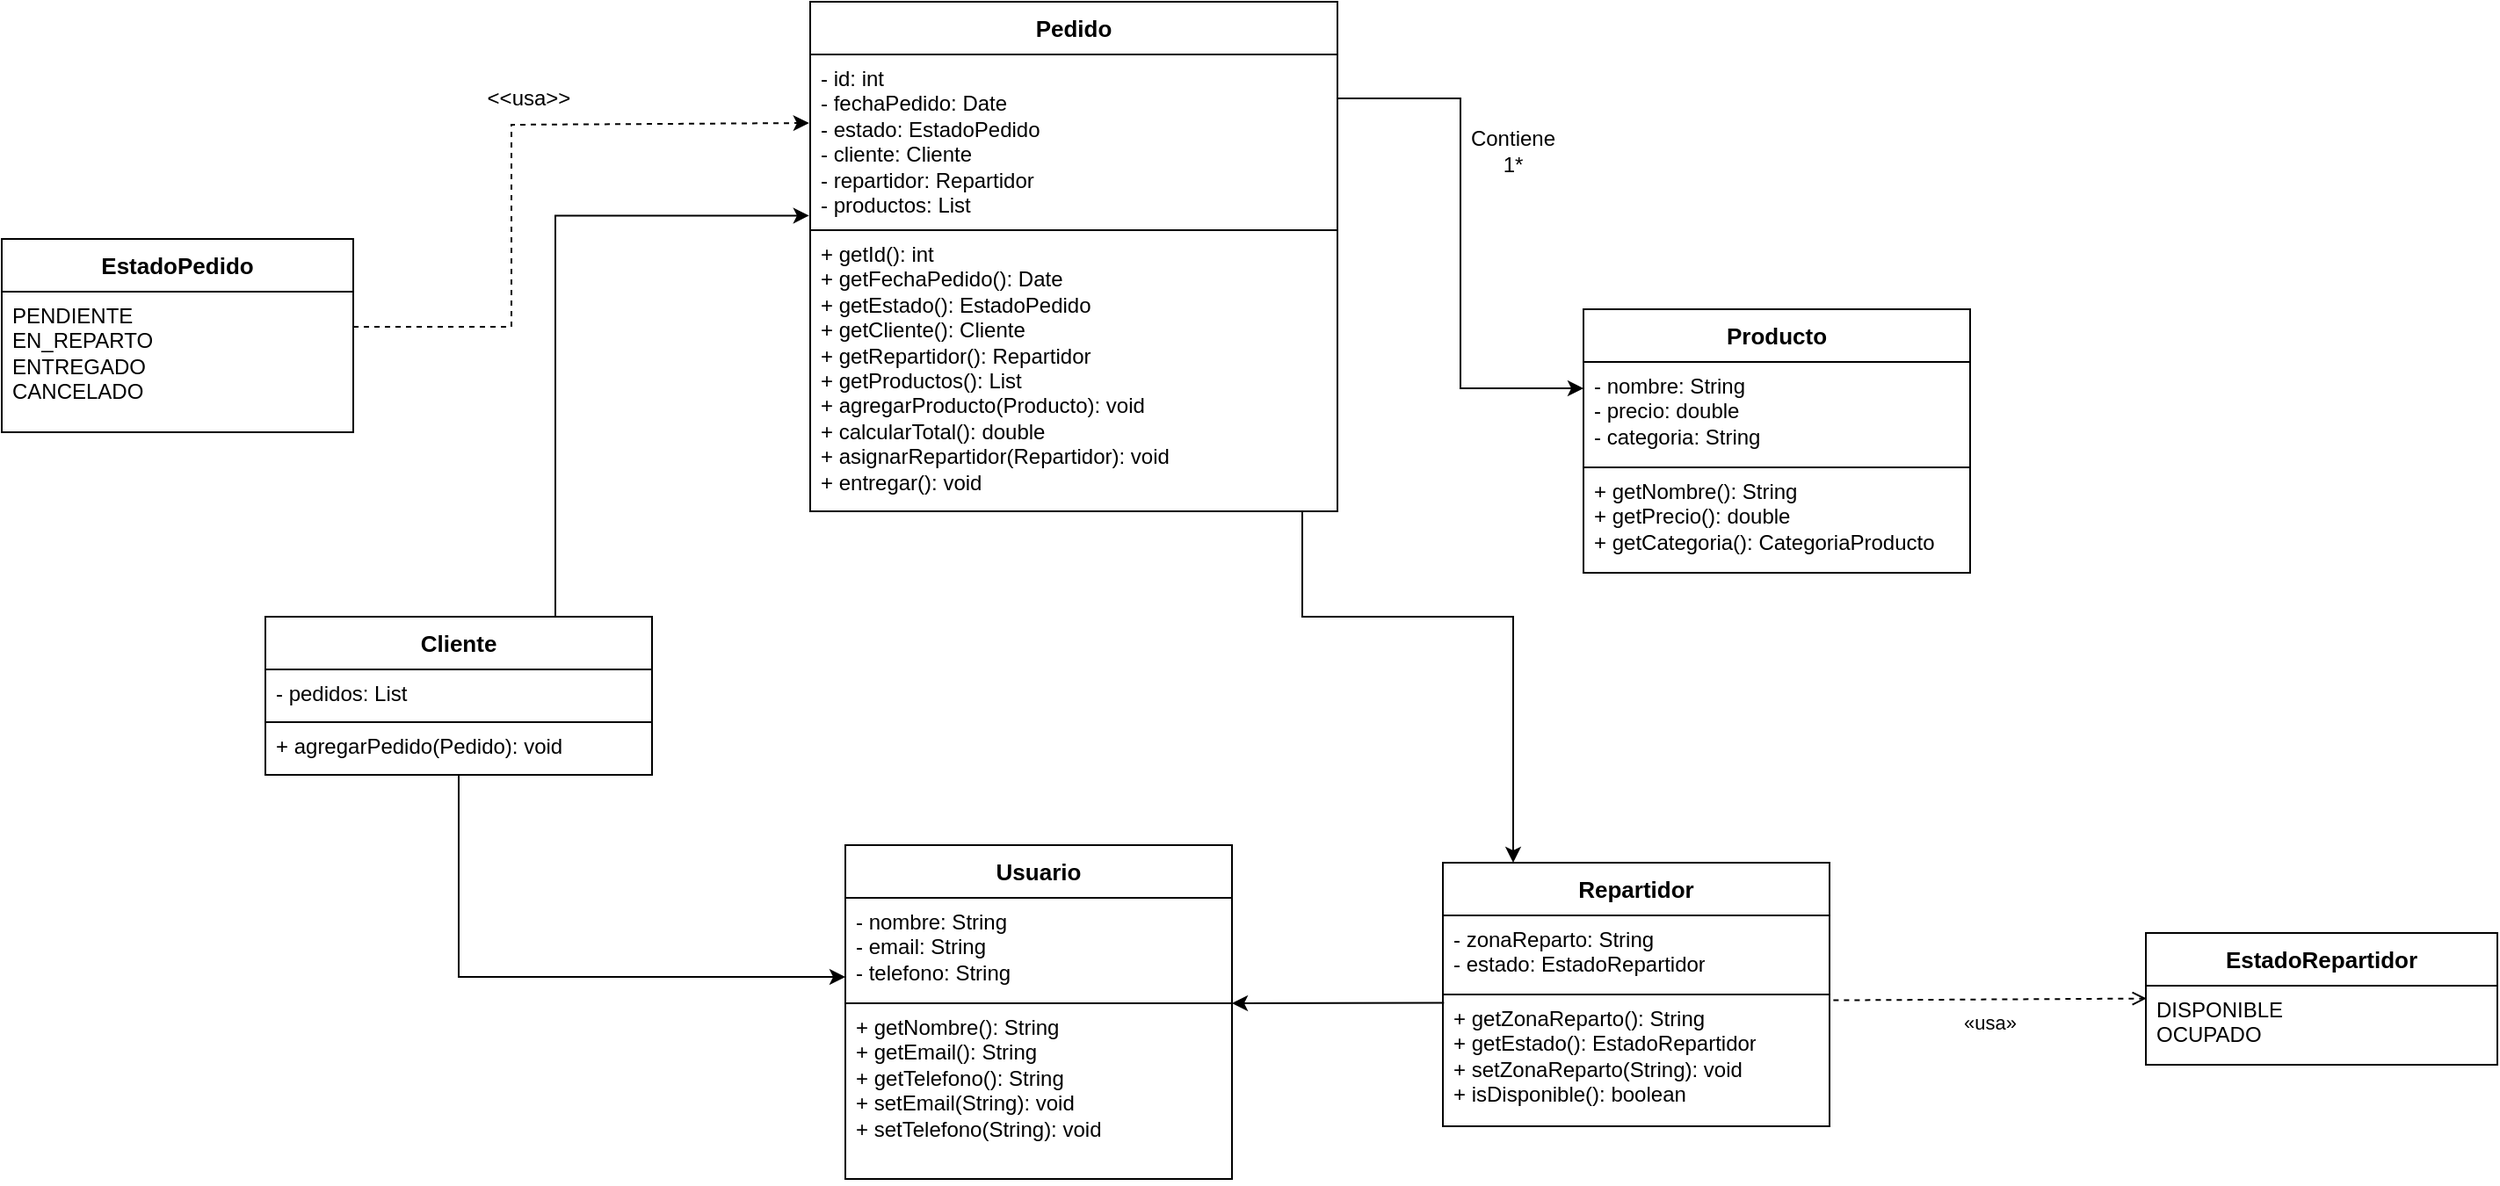
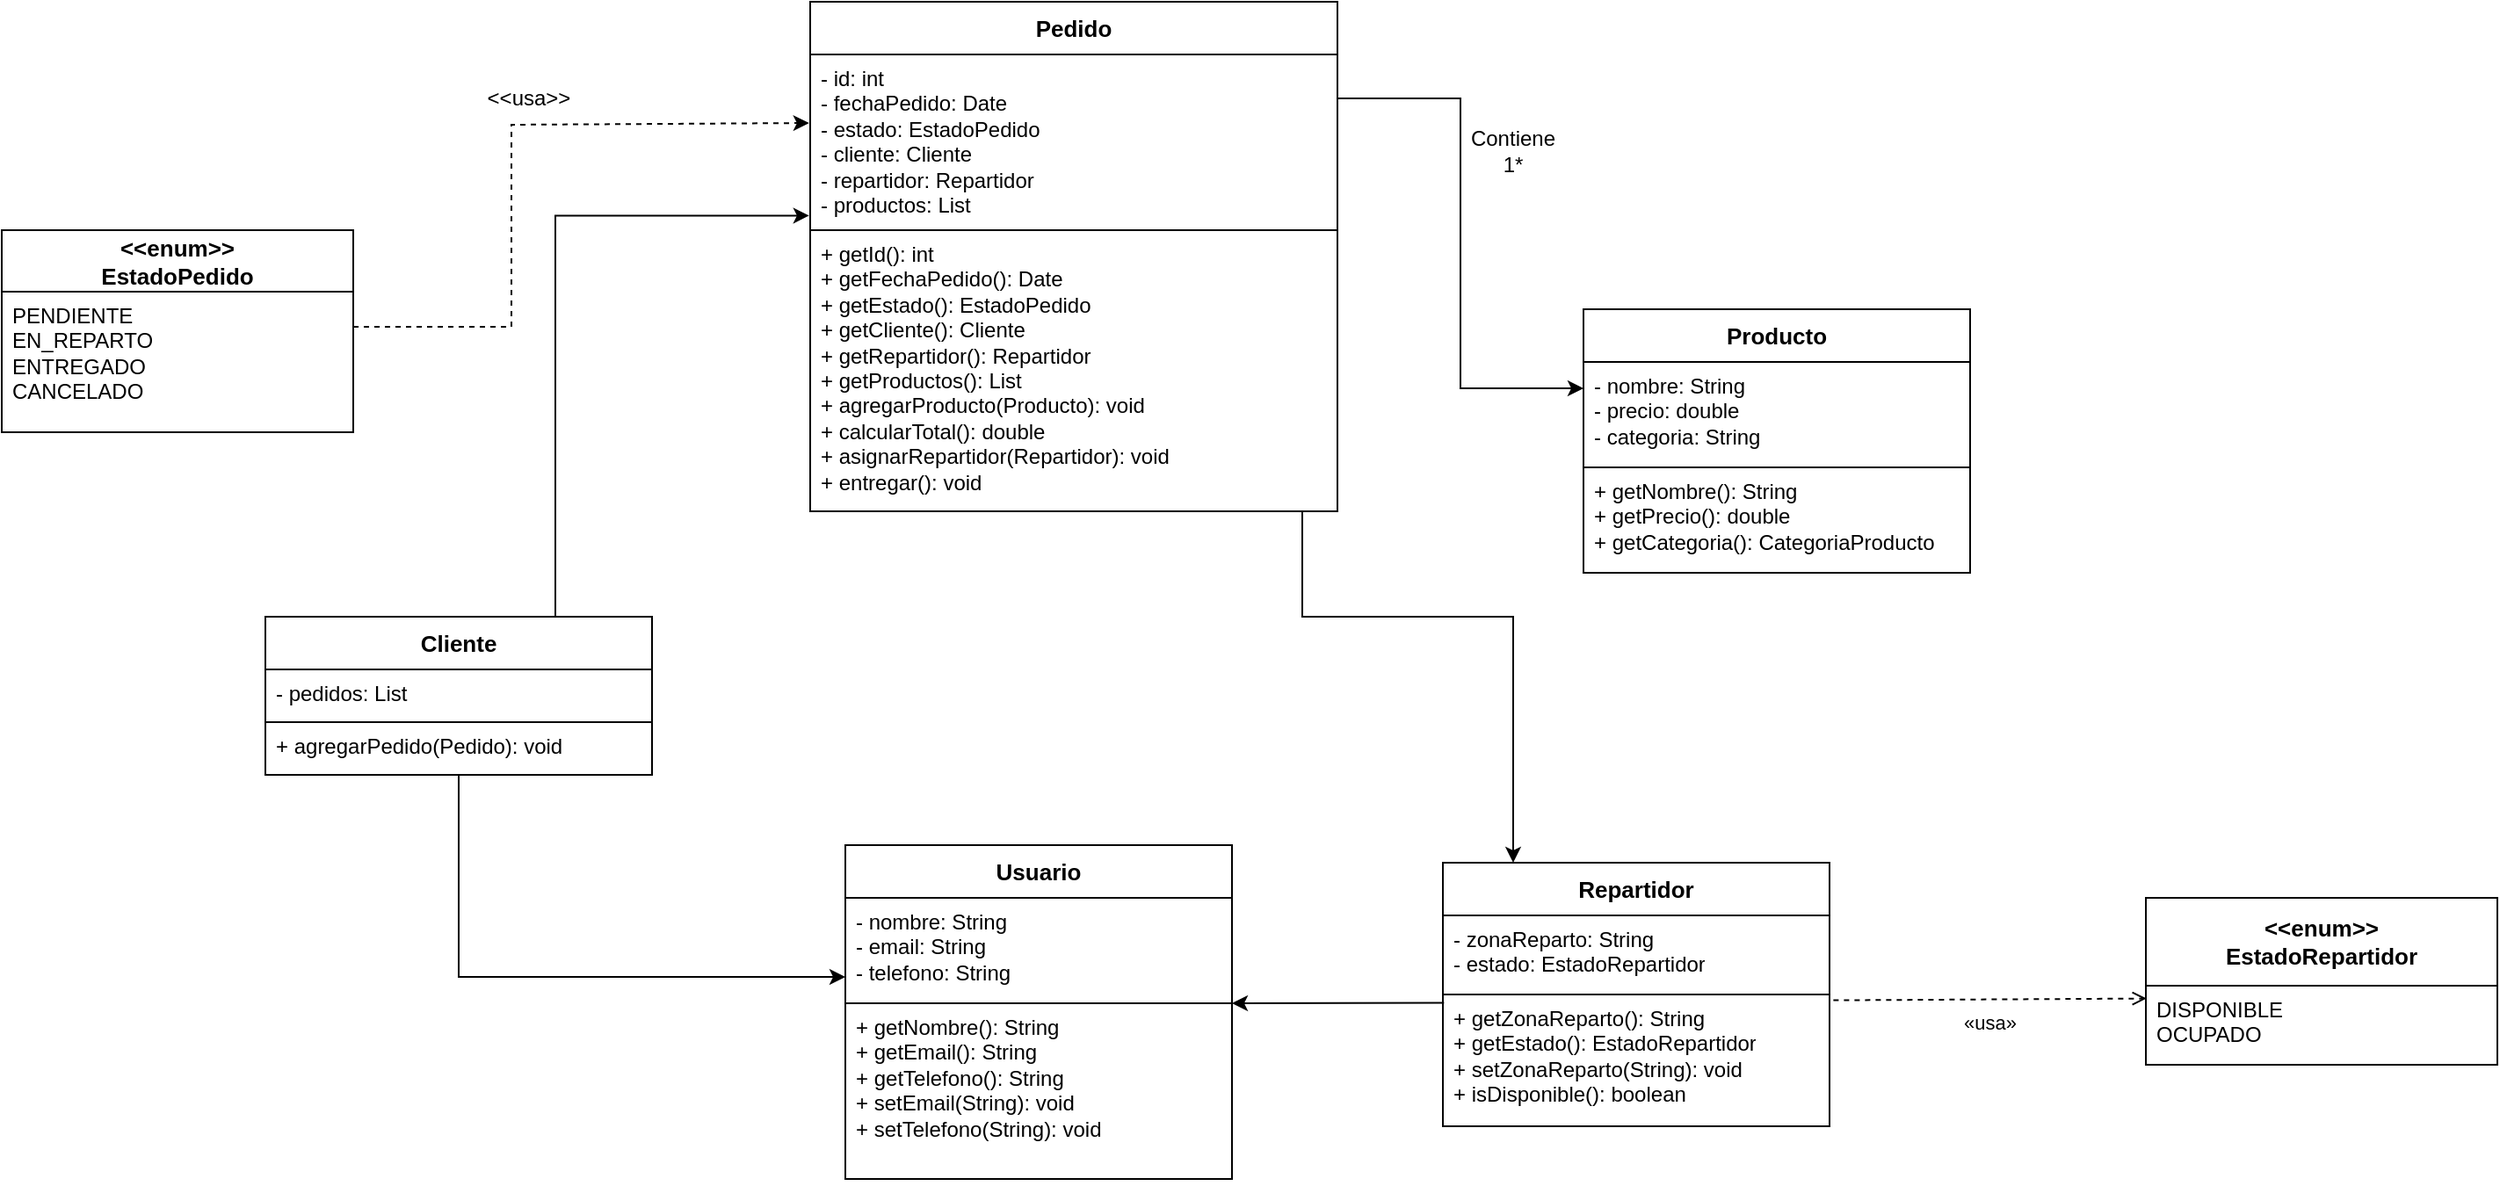
<mxfile host="app.diagrams.net">
  <diagram id="bRJgei908u_RhBmGHhT5" name="Página-1">
-     <mxGraphModel dx="1288" dy="779" grid="1" gridSize="10" guides="1" tooltips="1" connect="1" arrows="1" fold="1" page="1" pageScale="1" pageWidth="1654" pageHeight="1169" math="0" shadow="0">
+     <mxGraphModel dx="1030" dy="623" grid="1" gridSize="10" guides="1" tooltips="1" connect="1" arrows="1" fold="1" page="1" pageScale="1" pageWidth="1654" pageHeight="1169" math="0" shadow="0">
      <root>
        <mxCell id="0" />
        <mxCell id="1" parent="0" />
        <mxCell id="2" parent="1" style="text;html=1;strokeColor=#000000;fillColor=none;align=center;verticalAlign=middle;spacingLeft=4;spacingRight=4;overflow=hidden;rotatable=0;fontSize=13;fontStyle=1;shape=mxgraph.uml.class;" value="Usuario" vertex="1">
          <mxGeometry height="30" width="220" x="630" y="490" as="geometry" />
        </mxCell>
        <mxCell id="3" parent="1" style="text;html=1;strokeColor=#000000;fillColor=none;align=left;verticalAlign=top;spacingLeft=4;spacingRight=4;overflow=hidden;rotatable=0;fontSize=12;" value="- nombre: String&#xa;- email: String&#xa;- telefono: String" vertex="1">
          <mxGeometry height="60" width="220" x="630" y="520" as="geometry" />
        </mxCell>
        <mxCell id="4" parent="1" style="text;html=1;align=left;verticalAlign=top;spacingLeft=4;spacingRight=4;overflow=hidden;rotatable=0;fontSize=12;strokeColor=default;" value="+ getNombre(): String&lt;br&gt;+ getEmail(): String&lt;br&gt;+ getTelefono(): String&lt;br&gt;+ setEmail(String): void&lt;br&gt;+ setTelefono(String): void" vertex="1">
          <mxGeometry height="100" width="220" x="630" y="580" as="geometry" />
        </mxCell>
        <mxCell id="5" parent="1" style="text;html=1;strokeColor=#000000;fillColor=none;align=center;verticalAlign=middle;spacingLeft=4;spacingRight=4;overflow=hidden;rotatable=0;fontSize=13;fontStyle=1;shape=mxgraph.uml.class;" value="Cliente" vertex="1">
          <mxGeometry height="30" width="220" x="300" y="360" as="geometry" />
        </mxCell>
        <mxCell id="A_nEClZXRjm21Ihe0eq3-50" edge="1" parent="1" source="5" style="edgeStyle=orthogonalEdgeStyle;rounded=0;orthogonalLoop=1;jettySize=auto;html=1;exitX=0.75;exitY=0;exitDx=0;exitDy=0;entryX=-0.002;entryY=0.917;entryDx=0;entryDy=0;entryPerimeter=0;" target="12">
          <mxGeometry relative="1" as="geometry">
            <Array as="points">
              <mxPoint x="465" y="132" />
            </Array>
            <mxPoint x="530" y="100" as="targetPoint" />
          </mxGeometry>
        </mxCell>
        <mxCell id="6" parent="1" style="text;html=1;strokeColor=#000000;fillColor=none;align=left;verticalAlign=top;spacingLeft=4;spacingRight=4;overflow=hidden;rotatable=0;fontSize=12;" value="- pedidos: List&lt;Pedido&gt;" vertex="1">
          <mxGeometry height="30" width="220" x="300" y="390" as="geometry" />
        </mxCell>
        <mxCell id="7" parent="1" style="text;html=1;strokeColor=#000000;fillColor=none;align=left;verticalAlign=top;spacingLeft=4;spacingRight=4;overflow=hidden;rotatable=0;fontSize=12;" value="+ agregarPedido(Pedido): void" vertex="1">
          <mxGeometry height="30" width="220" x="300" y="420" as="geometry" />
        </mxCell>
        <mxCell id="8" parent="1" style="text;html=1;strokeColor=#000000;fillColor=none;align=center;verticalAlign=middle;spacingLeft=4;spacingRight=4;overflow=hidden;rotatable=0;fontSize=13;fontStyle=1;shape=mxgraph.uml.class;" value="Repartidor" vertex="1">
          <mxGeometry height="30" width="220" x="970" y="500" as="geometry" />
        </mxCell>
        <mxCell id="9" parent="1" style="text;html=1;strokeColor=#000000;fillColor=none;align=left;verticalAlign=top;spacingLeft=4;spacingRight=4;overflow=hidden;rotatable=0;fontSize=12;" value="- zonaReparto: String&#xa;- estado: EstadoRepartidor" vertex="1">
          <mxGeometry height="45" width="220" x="970" y="530" as="geometry" />
        </mxCell>
        <mxCell id="10" parent="1" style="text;html=1;strokeColor=#000000;fillColor=none;align=left;verticalAlign=top;spacingLeft=4;spacingRight=4;overflow=hidden;rotatable=0;fontSize=12;" value="+ getZonaReparto(): String&lt;br&gt;+ getEstado(): EstadoRepartidor&lt;br&gt;+ setZonaReparto(String): void&lt;br&gt;+ isDisponible(): boolean" vertex="1">
          <mxGeometry height="75" width="220" x="970" y="575" as="geometry" />
        </mxCell>
        <mxCell id="11" parent="1" style="text;html=1;strokeColor=#000000;fillColor=none;align=center;verticalAlign=middle;spacingLeft=4;spacingRight=4;overflow=hidden;rotatable=0;fontSize=13;fontStyle=1;shape=mxgraph.uml.class;" value="Pedido" vertex="1">
          <mxGeometry height="30" width="300" x="610" y="10" as="geometry" />
        </mxCell>
        <mxCell id="12" parent="1" style="text;html=1;strokeColor=#000000;fillColor=none;align=left;verticalAlign=top;spacingLeft=4;spacingRight=4;overflow=hidden;rotatable=0;fontSize=12;" value="- id: int&lt;br&gt;- fechaPedido: Date&lt;br&gt;- estado: EstadoPedido&lt;br&gt;- cliente: Cliente&lt;br&gt;- repartidor: Repartidor&lt;br&gt;- productos: List" vertex="1">
          <mxGeometry height="100" width="300" x="610" y="40" as="geometry" />
        </mxCell>
        <mxCell id="13" parent="1" style="text;html=1;strokeColor=#000000;fillColor=none;align=left;verticalAlign=top;spacingLeft=4;spacingRight=4;overflow=hidden;rotatable=0;fontSize=12;" value="+ getId(): int&lt;br&gt;+ getFechaPedido(): Date&lt;br&gt;+ getEstado(): EstadoPedido&lt;br&gt;+ getCliente(): Cliente&lt;br&gt;+ getRepartidor(): Repartidor&lt;br&gt;+ getProductos(): List&lt;br&gt;+ agregarProducto(Producto): void&lt;br&gt;+ calcularTotal(): double&lt;br&gt;+ asignarRepartidor(Repartidor): void&lt;br&gt;+ entregar(): void&lt;div&gt;&lt;br/&gt;&lt;/div&gt;" vertex="1">
          <mxGeometry height="160" width="300" x="610" y="140" as="geometry" />
        </mxCell>
        <mxCell id="14" parent="1" style="text;html=1;strokeColor=#000000;fillColor=none;align=center;verticalAlign=middle;spacingLeft=4;spacingRight=4;overflow=hidden;rotatable=0;fontSize=13;fontStyle=1;shape=mxgraph.uml.class;" value="Producto" vertex="1">
          <mxGeometry height="30" width="220" x="1050" y="185" as="geometry" />
        </mxCell>
        <mxCell id="15" parent="1" style="text;html=1;strokeColor=#000000;fillColor=none;align=left;verticalAlign=top;spacingLeft=4;spacingRight=4;overflow=hidden;rotatable=0;fontSize=12;" value="- nombre: String&lt;br&gt;- precio: double&lt;br&gt;- categoria: String" vertex="1">
          <mxGeometry height="60" width="220" x="1050" y="215" as="geometry" />
        </mxCell>
        <mxCell id="16" parent="1" style="text;html=1;strokeColor=#000000;fillColor=none;align=left;verticalAlign=top;spacingLeft=4;spacingRight=4;overflow=hidden;rotatable=0;fontSize=12;" value="+ getNombre(): String&lt;br&gt;+ getPrecio(): double&lt;br&gt;+ getCategoria(): CategoriaProducto&lt;br&gt;&lt;br&gt;&lt;div&gt;&lt;br/&gt;&lt;/div&gt;" vertex="1">
          <mxGeometry height="60" width="220" x="1050" y="275" as="geometry" />
        </mxCell>
-         <mxCell id="17" parent="1" style="text;html=1;strokeColor=#000000;fillColor=none;align=center;verticalAlign=middle;spacingLeft=4;spacingRight=4;overflow=hidden;rotatable=0;fontSize=13;fontStyle=1;shape=mxgraph.uml.class;" value="EstadoPedido" vertex="1">
-           <mxGeometry height="30" width="200" x="150" y="145" as="geometry" />
+         <mxCell id="17" parent="1" style="text;html=1;strokeColor=#000000;fillColor=none;align=center;verticalAlign=middle;spacingLeft=4;spacingRight=4;overflow=hidden;rotatable=0;fontSize=13;fontStyle=1;shape=mxgraph.uml.class;" value="&lt;div&gt;&amp;lt;&amp;lt;enum&amp;gt;&amp;gt;&lt;/div&gt;EstadoPedido" vertex="1">
+           <mxGeometry height="35" width="200" x="150" y="140" as="geometry" />
        </mxCell>
        <mxCell id="18" parent="1" style="text;html=1;strokeColor=#000000;fillColor=none;align=left;verticalAlign=top;spacingLeft=4;spacingRight=4;overflow=hidden;rotatable=0;fontSize=12;" value="PENDIENTE&#xa;EN_REPARTO&#xa;ENTREGADO&#xa;CANCELADO" vertex="1">
          <mxGeometry height="80" width="200" x="150" y="175" as="geometry" />
        </mxCell>
-         <mxCell id="19" parent="1" style="text;html=1;strokeColor=#000000;fillColor=none;align=center;verticalAlign=middle;spacingLeft=4;spacingRight=4;overflow=hidden;rotatable=0;fontSize=13;fontStyle=1;shape=mxgraph.uml.class;" value="EstadoRepartidor" vertex="1">
-           <mxGeometry height="30" width="200" x="1370" y="540" as="geometry" />
+         <mxCell id="19" parent="1" style="text;html=1;strokeColor=#000000;fillColor=none;align=center;verticalAlign=middle;spacingLeft=4;spacingRight=4;overflow=hidden;rotatable=0;fontSize=13;fontStyle=1;shape=mxgraph.uml.class;" value="&lt;div&gt;&amp;lt;&amp;lt;enum&amp;gt;&amp;gt;&lt;/div&gt;EstadoRepartidor" vertex="1">
+           <mxGeometry height="50" width="200" x="1370" y="520" as="geometry" />
        </mxCell>
        <mxCell id="20" parent="1" style="text;html=1;strokeColor=#000000;fillColor=none;align=left;verticalAlign=top;spacingLeft=4;spacingRight=4;overflow=hidden;rotatable=0;fontSize=12;" value="DISPONIBLE&#xa;OCUPADO" vertex="1">
          <mxGeometry height="45" width="200" x="1370" y="570" as="geometry" />
        </mxCell>
        <mxCell id="40" edge="1" parent="1" source="10" style="html=1;exitX=1.01;exitY=0.044;exitDx=0;exitDy=0;entryX=0.002;entryY=0.162;entryDx=0;entryDy=0;endArrow=open;endFill=0;dashed=1;exitPerimeter=0;entryPerimeter=0;" target="20">
          <mxGeometry relative="1" as="geometry" />
        </mxCell>
        <mxCell id="41" connectable="0" parent="40" style="resizable=0;html=1;align=center;verticalAlign=bottom;fontSize=11;" value="«usa»" vertex="1">
          <mxGeometry relative="1" x="-0.2" as="geometry">
            <mxPoint x="17" y="22" as="offset" />
          </mxGeometry>
        </mxCell>
        <mxCell id="A_nEClZXRjm21Ihe0eq3-44" edge="1" parent="1" source="7" style="edgeStyle=orthogonalEdgeStyle;rounded=0;orthogonalLoop=1;jettySize=auto;html=1;exitX=0.5;exitY=1;exitDx=0;exitDy=0;entryX=0;entryY=0.75;entryDx=0;entryDy=0;" target="3">
          <mxGeometry relative="1" as="geometry" />
        </mxCell>
        <mxCell id="zqrX7j-gut0sh6hUv11r-47" edge="1" parent="1" source="18" style="endArrow=classic;html=1;rounded=0;exitX=1;exitY=0.25;exitDx=0;exitDy=0;entryX=-0.002;entryY=0.39;entryDx=0;entryDy=0;entryPerimeter=0;endFill=1;dashed=1;" target="12" value="">
          <mxGeometry height="50" relative="1" width="50" as="geometry">
            <Array as="points">
              <mxPoint x="440" y="195" />
              <mxPoint x="440" y="80" />
            </Array>
            <mxPoint x="420" y="220" as="sourcePoint" />
            <mxPoint x="600" y="80" as="targetPoint" />
          </mxGeometry>
        </mxCell>
        <mxCell id="zqrX7j-gut0sh6hUv11r-48" parent="1" style="text;html=1;whiteSpace=wrap;strokeColor=none;fillColor=none;align=center;verticalAlign=middle;rounded=0;" value="&amp;lt;&amp;lt;usa&amp;gt;&amp;gt;" vertex="1">
          <mxGeometry height="30" width="60" x="420" y="50" as="geometry" />
        </mxCell>
        <mxCell id="zqrX7j-gut0sh6hUv11r-49" edge="1" parent="1" source="15" style="endArrow=none;html=1;rounded=0;entryX=1;entryY=0.25;entryDx=0;entryDy=0;exitX=0;exitY=0.25;exitDx=0;exitDy=0;startArrow=classic;startFill=1;" target="12" value="">
          <mxGeometry height="50" relative="1" width="50" as="geometry">
            <Array as="points">
              <mxPoint x="980" y="230" />
              <mxPoint x="980" y="65" />
            </Array>
            <mxPoint x="980" y="230" as="sourcePoint" />
            <mxPoint x="940" y="190" as="targetPoint" />
          </mxGeometry>
        </mxCell>
        <mxCell id="zqrX7j-gut0sh6hUv11r-50" parent="1" style="text;html=1;whiteSpace=wrap;strokeColor=none;fillColor=none;align=center;verticalAlign=middle;rounded=0;" value="Contiene&lt;div&gt;1*&lt;/div&gt;" vertex="1">
          <mxGeometry height="30" width="60" x="980" y="80" as="geometry" />
        </mxCell>
        <mxCell id="zqrX7j-gut0sh6hUv11r-53" edge="1" parent="1" source="4" style="endArrow=none;html=1;rounded=0;exitX=1;exitY=0;exitDx=0;exitDy=0;entryX=0.003;entryY=0.063;entryDx=0;entryDy=0;entryPerimeter=0;startArrow=classic;startFill=1;" target="10" value="">
          <mxGeometry height="50" relative="1" width="50" as="geometry">
            <mxPoint x="890" y="590" as="sourcePoint" />
            <mxPoint x="940" y="540" as="targetPoint" />
          </mxGeometry>
        </mxCell>
        <mxCell id="zqrX7j-gut0sh6hUv11r-54" edge="1" parent="1" style="endArrow=none;html=1;rounded=0;entryX=0.887;entryY=1.033;entryDx=0;entryDy=0;entryPerimeter=0;startArrow=classic;startFill=1;" value="">
          <mxGeometry height="50" relative="1" width="50" as="geometry">
            <Array as="points">
              <mxPoint x="1010" y="360" />
              <mxPoint x="890" y="360" />
            </Array>
            <mxPoint x="1010" y="500" as="sourcePoint" />
            <mxPoint x="890.0000000000001" y="300" as="targetPoint" />
          </mxGeometry>
        </mxCell>
      </root>
    </mxGraphModel>
  </diagram>
</mxfile>
